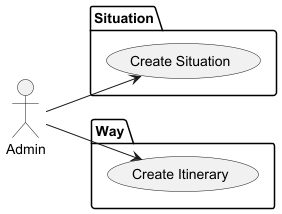
Above: doc/UseCasesDiagram.png in IgnacioMaestro/Eternity2 (PlantUML), before the change.
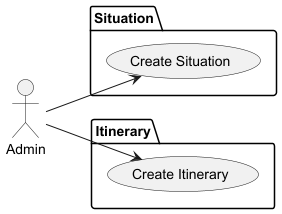
After the commit.

Change to the diagram source:
```diff
@@ -5,7 +5,7 @@
   Admin --> (Create Situation)
 }
 
-package Way {
+package Itinerary {
   Admin --> (Create Itinerary)
 }
 @enduml
```
